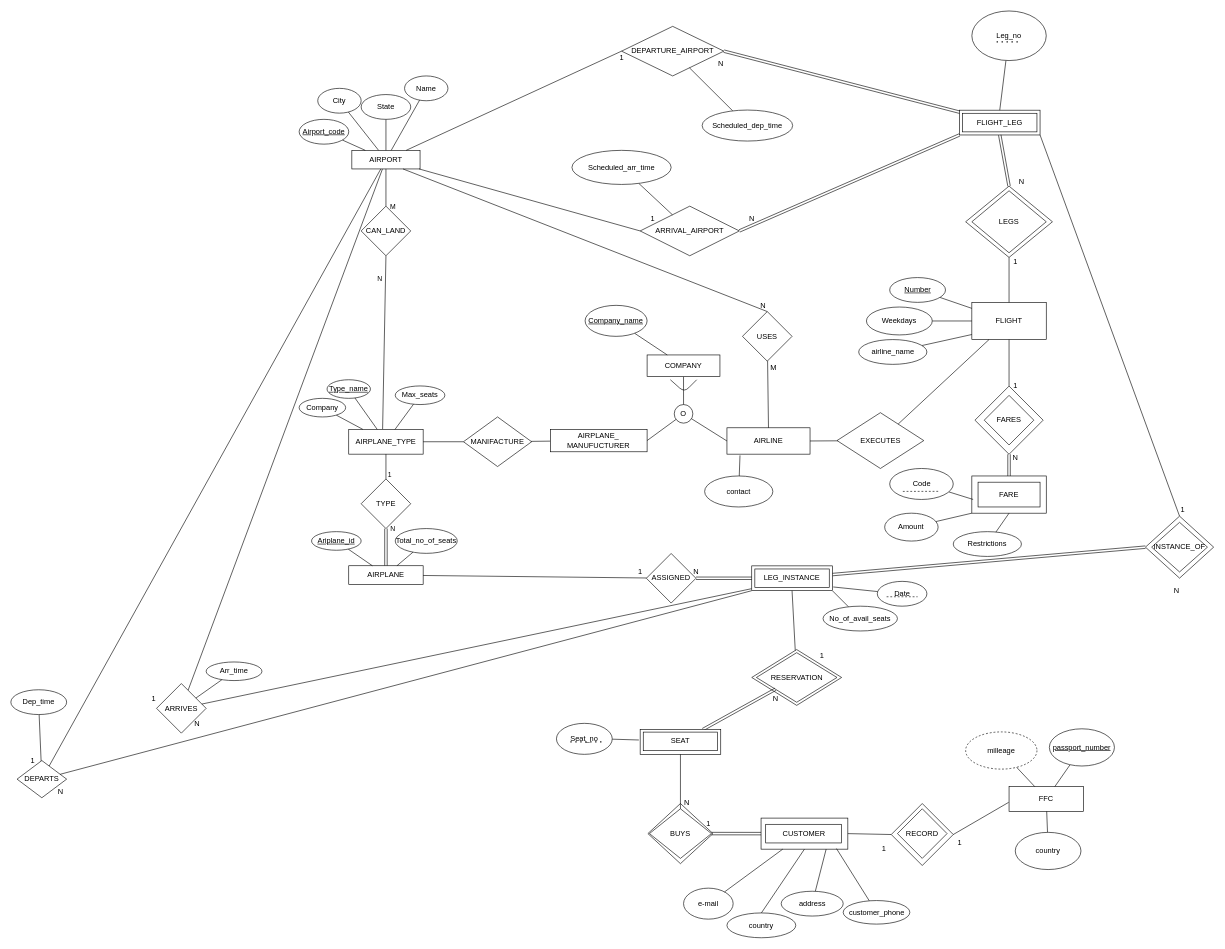
Earlier version of the draw.io diagram Untitled Diagram.drawio (k4plumbaga/eer_diagram). Source tidied: cells renumbered, new cells numbered last; positions are measured from the earlier drawing's top-left corner, leaving out a move shared by most shapes. Both pictures are drawn from the tidied source at 62%, with x=0, y=0 at pixel (11, 11).
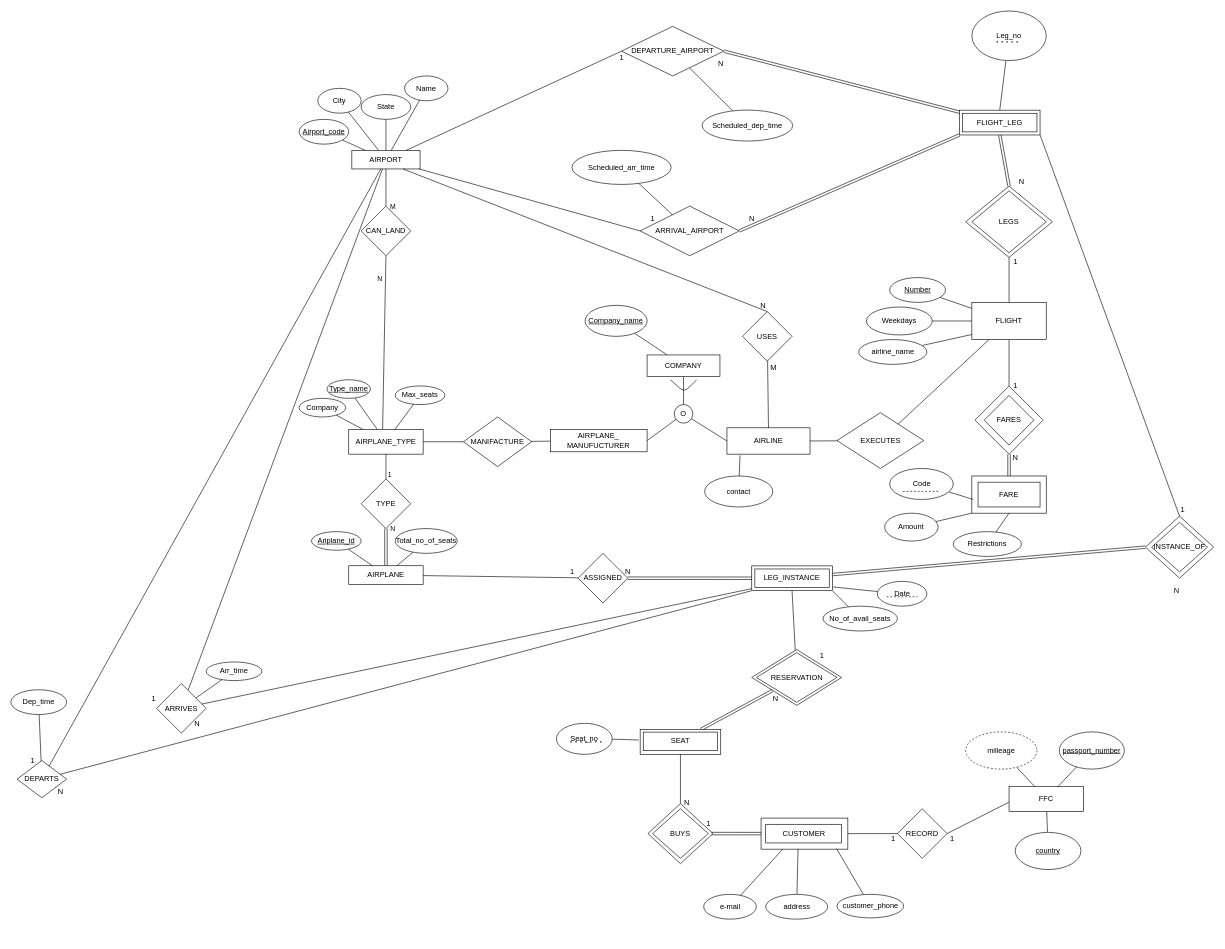
Above is the later version.

Unchanged cells that the change refers to:
```xml
<mxCell id="3" style="rhombus;whiteSpace=wrap;html=1;gradientColor=none;" parent="1" vertex="1">
  <mxGeometry x="1027.5" y="1278.5" width="105" height="97" as="geometry" />
</mxCell>
<mxCell id="8" style="rounded=0;whiteSpace=wrap;html=1;" parent="1" vertex="1">
  <mxGeometry x="1210" y="1302" width="140" height="50.1" as="geometry" />
</mxCell>
<mxCell id="9" style="rhombus;whiteSpace=wrap;html=1;shadow=0;sketch=0;fillColor=#FFFFFF;" parent="1" vertex="1">
  <mxGeometry x="1195" y="1030.2" width="145" height="90" as="geometry" />
</mxCell>
<mxCell id="49" value="RESERVATION" style="rhombus;whiteSpace=wrap;html=1;shadow=0;sketch=0;fillColor=#FFFFFF;" parent="1" vertex="1">
  <mxGeometry x="1202.5" y="1035.2" width="130" height="80" as="geometry" />
</mxCell>
<mxCell id="51" style="rounded=0;whiteSpace=wrap;html=1;shadow=0;sketch=0;fillColor=#FFFFFF;" parent="1" vertex="1">
  <mxGeometry x="1015" y="1159.2" width="130" height="40" as="geometry" />
</mxCell>
<mxCell id="92" value="RECORD" style="rhombus;whiteSpace=wrap;html=1;" parent="1" vertex="1">
  <mxGeometry x="1430" y="1287" width="80" height="80" as="geometry" />
</mxCell>
<mxCell id="93" value="FFC" style="rounded=0;whiteSpace=wrap;html=1;" parent="1" vertex="1">
  <mxGeometry x="1610" y="1251.2" width="120" height="40" as="geometry" />
</mxCell>
```

The edit, as a diff of the source:
```diff
@@
-    <mxCell id="2" style="rhombus;whiteSpace=wrap;html=1;gradientColor=none;" parent="1" vertex="1">
-      <mxGeometry x="1420" y="1278.5" width="100" height="100" as="geometry" />
-    </mxCell>
@@
     <mxCell id="43" value="ASSIGNED" style="rhombus;whiteSpace=wrap;html=1;" parent="1" vertex="1">
-      <mxGeometry x="1025" y="875.2" width="80" height="80" as="geometry" />
+      <mxGeometry x="915" y="875" width="80" height="80" as="geometry" />
     </mxCell>
     <mxCell id="44" value="1" style="text;html=1;align=center;verticalAlign=middle;" parent="1" vertex="1">
-      <mxGeometry x="1005" y="895" width="20" height="20" as="geometry" />
+      <mxGeometry x="895" y="895" width="20" height="20" as="geometry" />
     </mxCell>
@@
     <mxCell id="47" value="&lt;div&gt;N&lt;/div&gt;" style="text;html=1;align=center;verticalAlign=middle;" parent="1" vertex="1">
-      <mxGeometry x="1095" y="895.2" width="20" height="20" as="geometry" />
+      <mxGeometry x="985" y="895" width="20" height="20" as="geometry" />
     </mxCell>
@@
-    <mxCell id="50" style="shape=link;html=1;" parent="1" edge="1" source="51" target="49">
+    <mxCell id="50" style="shape=link;html=1;exitX=0.75;exitY=0;exitDx=0;exitDy=0;" parent="1" edge="1" source="51" target="9">
       <mxGeometry relative="1" as="geometry" />
     </mxCell>
@@
-    <mxCell id="90" style="endArrow=none;html=1;entryX=0.5;entryY=1;entryDx=0;entryDy=0;" parent="1" edge="1" source="91" target="51">
+    <mxCell id="90" style="endArrow=none;html=1;entryX=0.5;entryY=1;entryDx=0;entryDy=0;exitX=0.5;exitY=0;exitDx=0;exitDy=0;" parent="1" edge="1" source="3" target="51">
       <mxGeometry relative="1" as="geometry" />
     </mxCell>
     <mxCell id="91" value="BUYS" style="rhombus;whiteSpace=wrap;html=1;" parent="1" vertex="1">
-      <mxGeometry x="1030" y="1287" width="100" height="80" as="geometry" />
+      <mxGeometry x="1035" y="1287" width="90" height="80" as="geometry" />
     </mxCell>
@@
     <mxCell id="95" value="&lt;u&gt;passport_number&lt;/u&gt;" style="ellipse;whiteSpace=wrap;html=1;" parent="1" vertex="1">
-      <mxGeometry x="1675" y="1158" width="105" height="60" as="geometry" />
+      <mxGeometry x="1691" y="1163" width="105" height="60" as="geometry" />
     </mxCell>
@@
-    <mxCell id="97" value="country" style="ellipse;whiteSpace=wrap;html=1;direction=west;" parent="1" vertex="1">
+    <mxCell id="97" value="&lt;u&gt;country&lt;/u&gt;" style="ellipse;whiteSpace=wrap;html=1;direction=west;" parent="1" vertex="1">
       <mxGeometry x="1620" y="1325" width="106" height="60" as="geometry" />
     </mxCell>
@@
     <mxCell id="166" value="e-mail" style="ellipse;whiteSpace=wrap;html=1;" parent="1" vertex="1">
-      <mxGeometry x="1085" y="1415" width="80" height="50" as="geometry" />
+      <mxGeometry x="1117.5" y="1425" width="85" height="40" as="geometry" />
     </mxCell>
@@
-    <mxCell id="168" style="endArrow=none;html=1;entryX=-0.005;entryY=0.635;entryDx=0;entryDy=0;entryPerimeter=0;exitX=1;exitY=0.5;exitDx=0;exitDy=0;" parent="1" edge="1" source="2" target="93">
+    <mxCell id="168" style="endArrow=none;html=1;entryX=-0.005;entryY=0.635;entryDx=0;entryDy=0;entryPerimeter=0;exitX=1;exitY=0.5;exitDx=0;exitDy=0;" parent="1" edge="1" source="92" target="93">
       <mxGeometry relative="1" as="geometry" />
     </mxCell>
-    <mxCell id="169" style="endArrow=none;html=1;exitX=1;exitY=0.5;exitDx=0;exitDy=0;entryX=0;entryY=0.5;entryDx=0;entryDy=0;" parent="1" edge="1" source="8" target="2">
+    <mxCell id="169" style="endArrow=none;html=1;exitX=1;exitY=0.5;exitDx=0;exitDy=0;entryX=0;entryY=0.5;entryDx=0;entryDy=0;" parent="1" edge="1" source="8" target="92">
       <mxGeometry relative="1" as="geometry" />
     </mxCell>
-    <mxCell id="170" style="endArrow=none;html=1;entryX=0.5;entryY=1;entryDx=0;entryDy=0;exitX=0.5;exitY=0;exitDx=0;exitDy=0;" parent="1" edge="1" source="172" target="8">
-      <mxGeometry relative="1" as="geometry" />
-    </mxCell>
-    <mxCell id="171" style="shape=link;html=1;exitX=1;exitY=0.5;exitDx=0;exitDy=0;entryX=0;entryY=0.5;entryDx=0;entryDy=0;" parent="1" edge="1" source="91" target="8">
-      <mxGeometry relative="1" as="geometry" />
+    <mxCell id="171" style="shape=link;html=1;entryX=0;entryY=0.5;entryDx=0;entryDy=0;" parent="1" edge="1" target="8">
+      <mxGeometry relative="1" as="geometry">
+        <mxPoint x="1130" y="1327" as="sourcePoint" />
+      </mxGeometry>
     </mxCell>
-    <mxCell id="172" value="country" style="ellipse;whiteSpace=wrap;html=1;gradientColor=none;" parent="1" vertex="1">
-      <mxGeometry x="1155" y="1455" width="111" height="40" as="geometry" />
-    </mxCell>
-    <mxCell id="173" style="endArrow=none;html=1;entryX=0.75;entryY=1;entryDx=0;entryDy=0;" parent="1" edge="1" source="175" target="8">
+    <mxCell id="173" style="endArrow=none;html=1;entryX=0.426;entryY=0.992;entryDx=0;entryDy=0;entryPerimeter=0;" parent="1" edge="1" source="175" target="8">
       <mxGeometry relative="1" as="geometry" />
     </mxCell>
@@
     <mxCell id="175" value="address" style="ellipse;whiteSpace=wrap;html=1;gradientColor=none;" parent="1" vertex="1">
-      <mxGeometry x="1242.5" y="1420" width="100" height="40" as="geometry" />
+      <mxGeometry x="1217.5" y="1425" width="100" height="40" as="geometry" />
     </mxCell>
     <mxCell id="176" value="customer_phone" style="ellipse;whiteSpace=wrap;html=1;gradientColor=none;" parent="1" vertex="1">
-      <mxGeometry x="1342.5" y="1435" width="107.5" height="38" as="geometry" />
+      <mxGeometry x="1332.5" y="1425" width="107.5" height="38" as="geometry" />
     </mxCell>
     <mxCell id="177" value="&lt;div&gt;1&lt;/div&gt;" style="text;html=1;align=center;verticalAlign=middle;" parent="1" vertex="1">
-      <mxGeometry x="1520" y="1332" width="20" height="20" as="geometry" />
+      <mxGeometry x="1507.5" y="1325" width="20" height="20" as="geometry" />
     </mxCell>
     <mxCell id="178" value="1" style="text;html=1;align=center;verticalAlign=middle;" parent="1" vertex="1">
-      <mxGeometry x="1397.5" y="1342" width="20" height="20" as="geometry" />
+      <mxGeometry x="1412.5" y="1325" width="20" height="20" as="geometry" />
     </mxCell>
```
